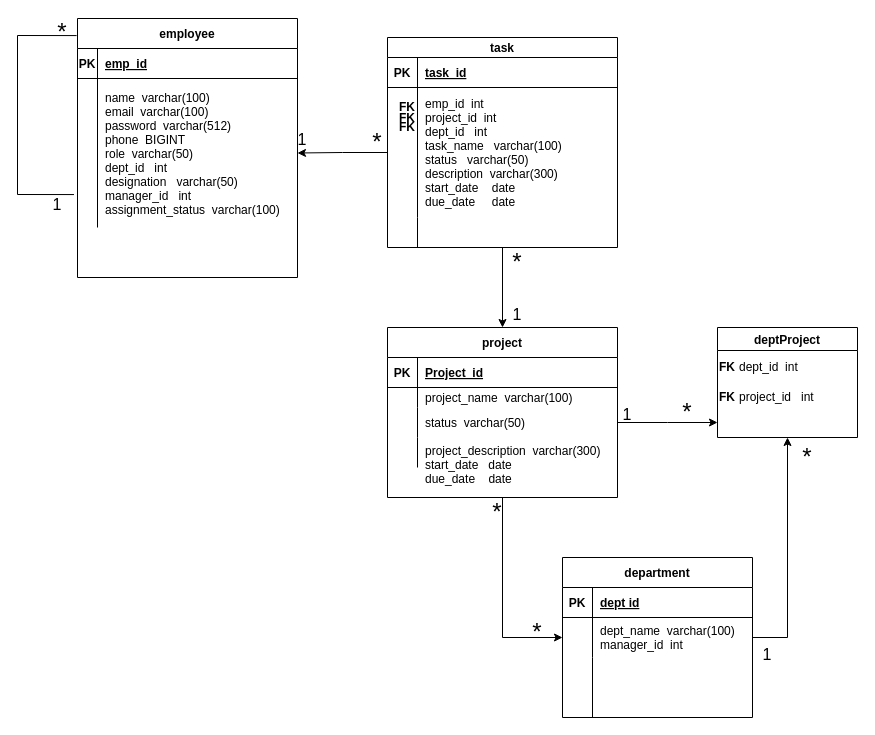
Before: page "ER" (2 of 2) of ETMS_complete.drawio in Hks1998/ETMS_Project, a draw.io diagram. Source tidied: cells renumbered, new cells numbered last; positions are measured from the earlier drawing's top-left corner, leaving out a move shared by most shapes. Both pictures are drawn from the tidied source at 100%, with x=0, y=0 at pixel (17, 17).
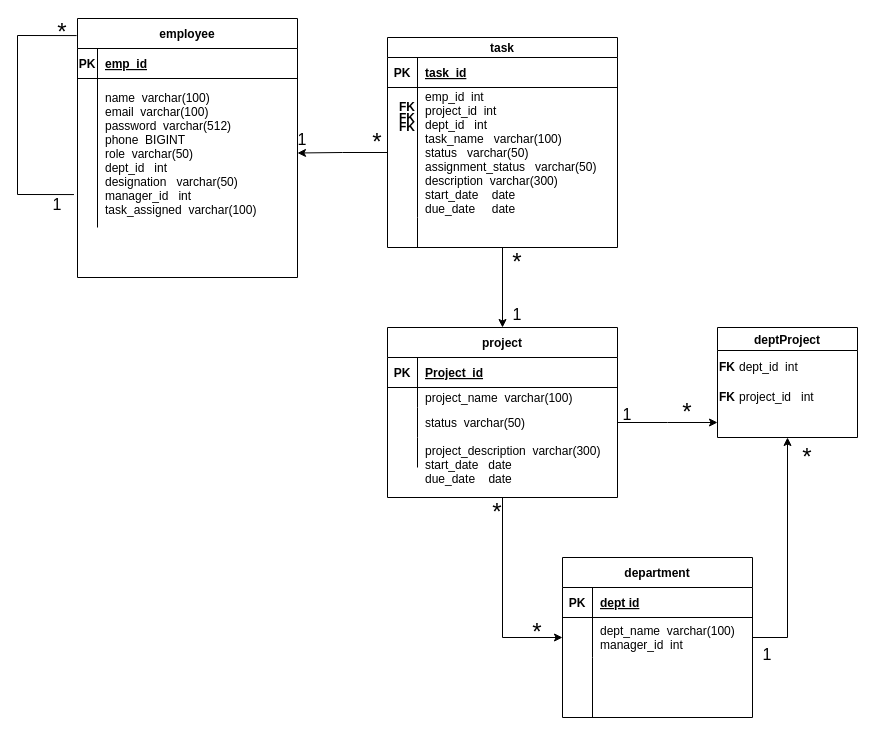
The same diagram, later.

Unchanged cells that the change refers to:
```xml
<mxCell id="7" style="shape=partialRectangle;fillColor=none;points=[[0,0.5],[1,0.5]];portConstraint=eastwest;top=0;left=0;right=0;bottom=0;" parent="3" vertex="1">
  <mxGeometry y="50" width="230" height="130" as="geometry" />
</mxCell>
<mxCell id="27" style="shape=partialRectangle;fillColor=none;points=[[0,0.5],[1,0.5]];portConstraint=eastwest;top=0;left=0;right=0;bottom=0;" parent="23" vertex="1">
  <mxGeometry y="60" width="220" height="149" as="geometry" />
</mxCell>
```

Diff of the diagram source:
```diff
@@
-    <mxCell id="9" value="emp_id  int&#10;project_id  int&#10;dept_id   int&#10;task_name   varchar(100)&#10;status   varchar(50) &#10;description  varchar(300) &#10;start_date    date&#10;due_date     date" style="shape=partialRectangle;overflow=hidden;fillColor=none;top=0;left=0;bottom=0;right=0;align=left;spacingLeft=6;" parent="7" vertex="1">
+    <mxCell id="9" value="emp_id  int&#10;project_id  int&#10;dept_id   int&#10;task_name   varchar(100)&#10;status   varchar(50) &#10;assignment_status   varchar(50) &#10;description  varchar(300) &#10;start_date    date&#10;due_date     date" style="shape=partialRectangle;overflow=hidden;fillColor=none;top=0;left=0;bottom=0;right=0;align=left;spacingLeft=6;" parent="7" vertex="1">
       <mxGeometry x="30" width="200" height="130" as="geometry" />
     </mxCell>
@@
-    <mxCell id="29" value="name  varchar(100)    &#10;email  varchar(100) &#10;password  varchar(512) &#10;phone  BIGINT&#10;role  varchar(50) &#10;dept_id   int &#10;designation   varchar(50) &#10;manager_id   int&#10;assignment_status  varchar(100) " style="shape=partialRectangle;overflow=hidden;fillColor=none;top=0;left=0;bottom=0;right=0;align=left;spacingLeft=6;" parent="27" vertex="1">
+    <mxCell id="29" value="name  varchar(100)    &#10;email  varchar(100) &#10;password  varchar(512) &#10;phone  BIGINT&#10;role  varchar(50) &#10;dept_id   int &#10;designation   varchar(50) &#10;manager_id   int&#10;task_assigned  varchar(100) " style="shape=partialRectangle;overflow=hidden;fillColor=none;top=0;left=0;bottom=0;right=0;align=left;spacingLeft=6;" parent="27" vertex="1">
       <mxGeometry x="20" width="200" height="149" as="geometry" />
     </mxCell>
```
